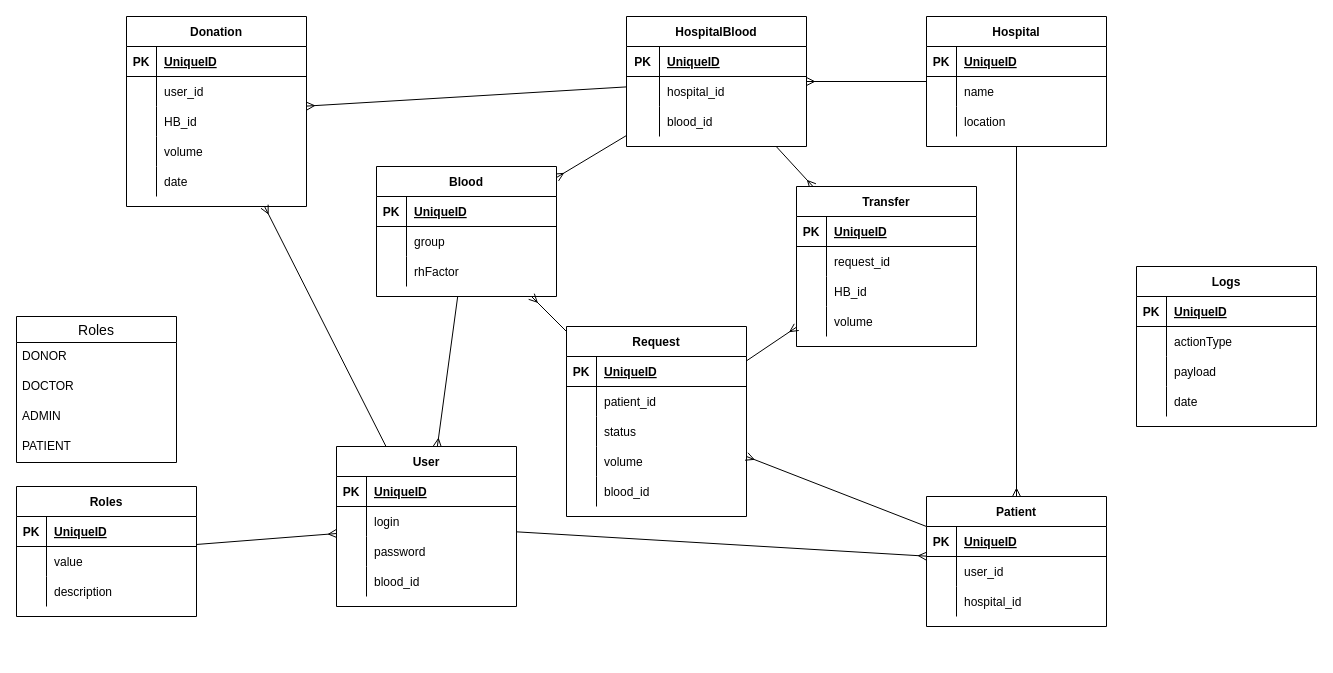
This is database.drawio from Dispersioned/blood-donations-backend, a draw.io file, before an edit. Source tidied: cells renumbered, new cells numbered last; positions are measured from the earlier drawing's top-left corner, leaving out a move shared by most shapes. Both pictures are drawn from the tidied source at 100%, with x=0, y=0 at pixel (16, 16).
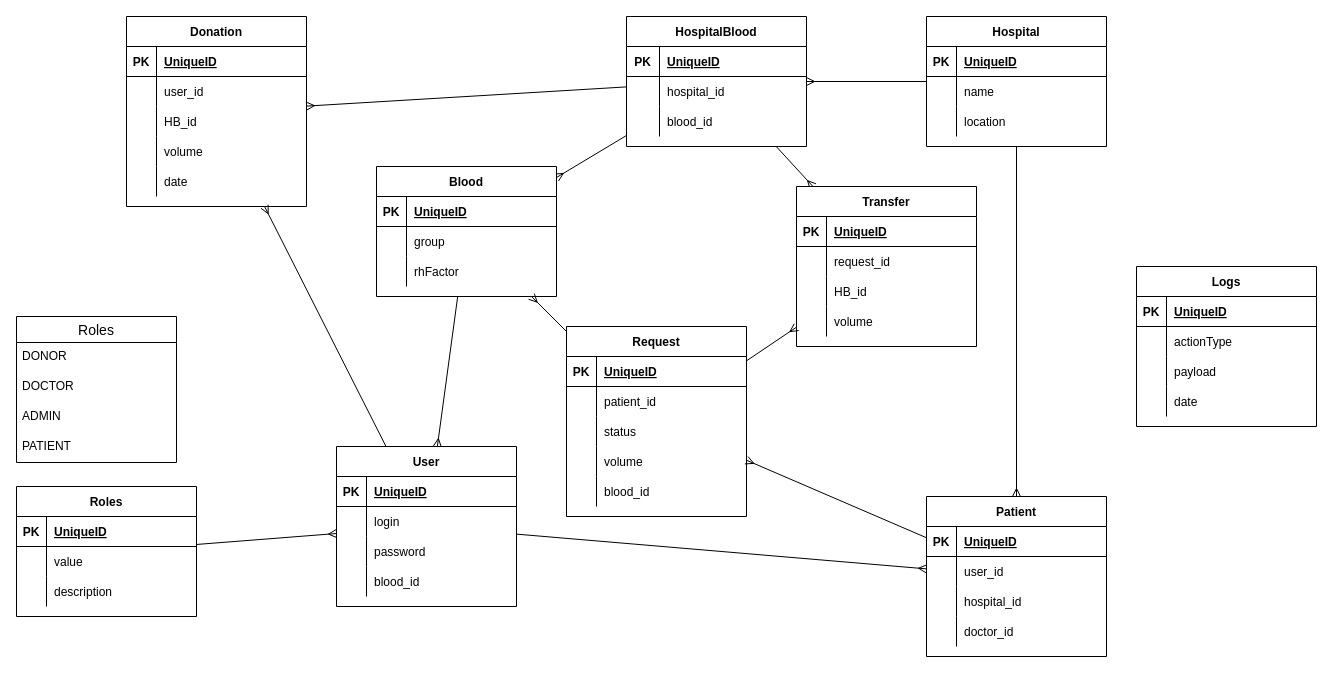
The same diagram, later.

Commit message (it also covers changes not shown here):
fix: add doctor to patient

Change to the diagram source:
```diff
@@
     <mxCell id="114" value="Patient" style="shape=table;startSize=30;childLayout=tableLayout;rowLines=0;fontStyle=1;align=center;" parent="1" vertex="1">
-      <mxGeometry x="910" y="480" width="180" height="130" as="geometry" />
+      <mxGeometry x="910" y="480" width="180" height="160" as="geometry" />
     </mxCell>
@@
+    <mxCell id="140" style="shape=tableRow;horizontal=0;startSize=0;swimlaneHead=0;swimlaneBody=0;fillColor=none;top=0;left=0;right=0;bottom=0;" parent="114" vertex="1">
+      <mxGeometry y="120" width="180" height="30" as="geometry" />
+    </mxCell>
+    <mxCell id="141" style="shape=partialRectangle;fillColor=none;top=0;left=0;bottom=0;right=0;overflow=hidden;" parent="140" vertex="1">
+      <mxGeometry width="30" height="30" as="geometry" />
+    </mxCell>
+    <mxCell id="142" value="doctor_id" style="shape=partialRectangle;fillColor=none;top=0;left=0;bottom=0;right=0;align=left;spacingLeft=6;overflow=hidden;" parent="140" vertex="1">
+      <mxGeometry x="30" width="150" height="30" as="geometry" />
+    </mxCell>
```
